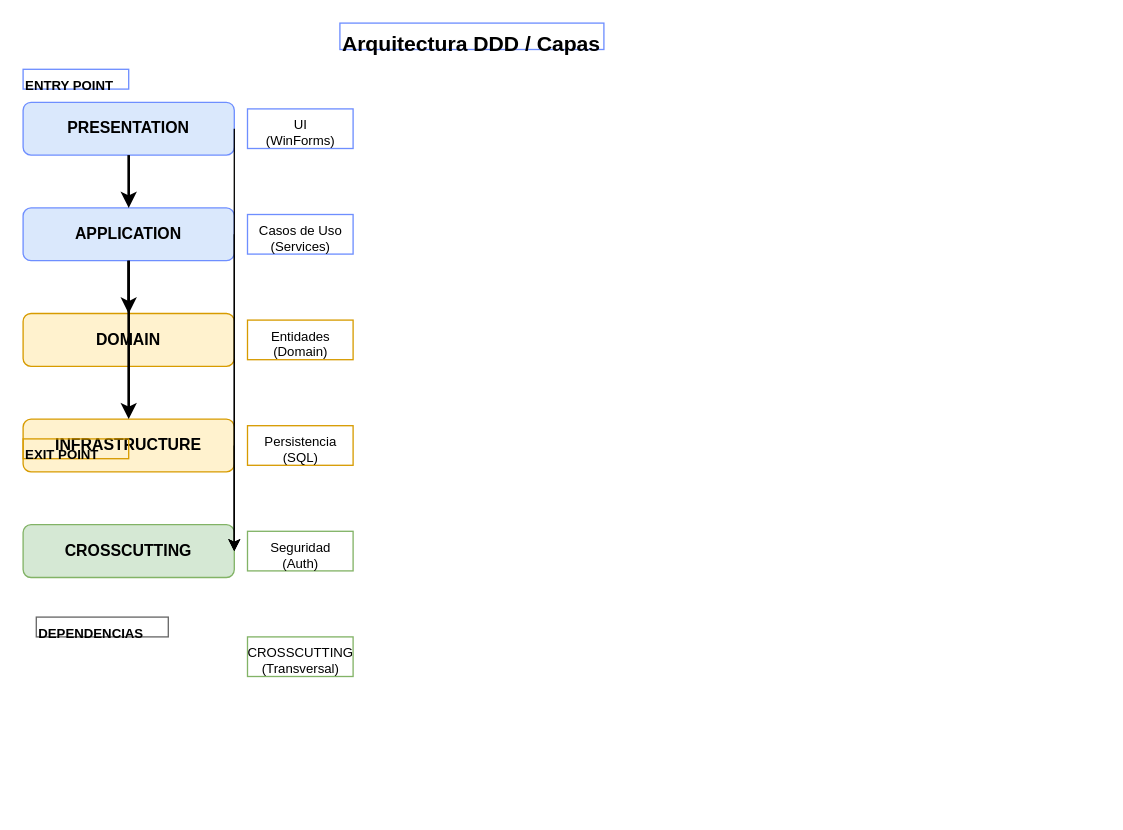
Above: diagrama-arquitectura.drawio in alejoDiDiego/trabajo-diploma-servicio-tecnico (draw.io), before the change. Source tidied: cells renumbered, new cells numbered last; positions are measured from the earlier drawing's top-left corner, leaving out a move shared by most shapes. Both pictures are drawn from the tidied source at 132%, with x=0, y=0 at pixel (22, 22).
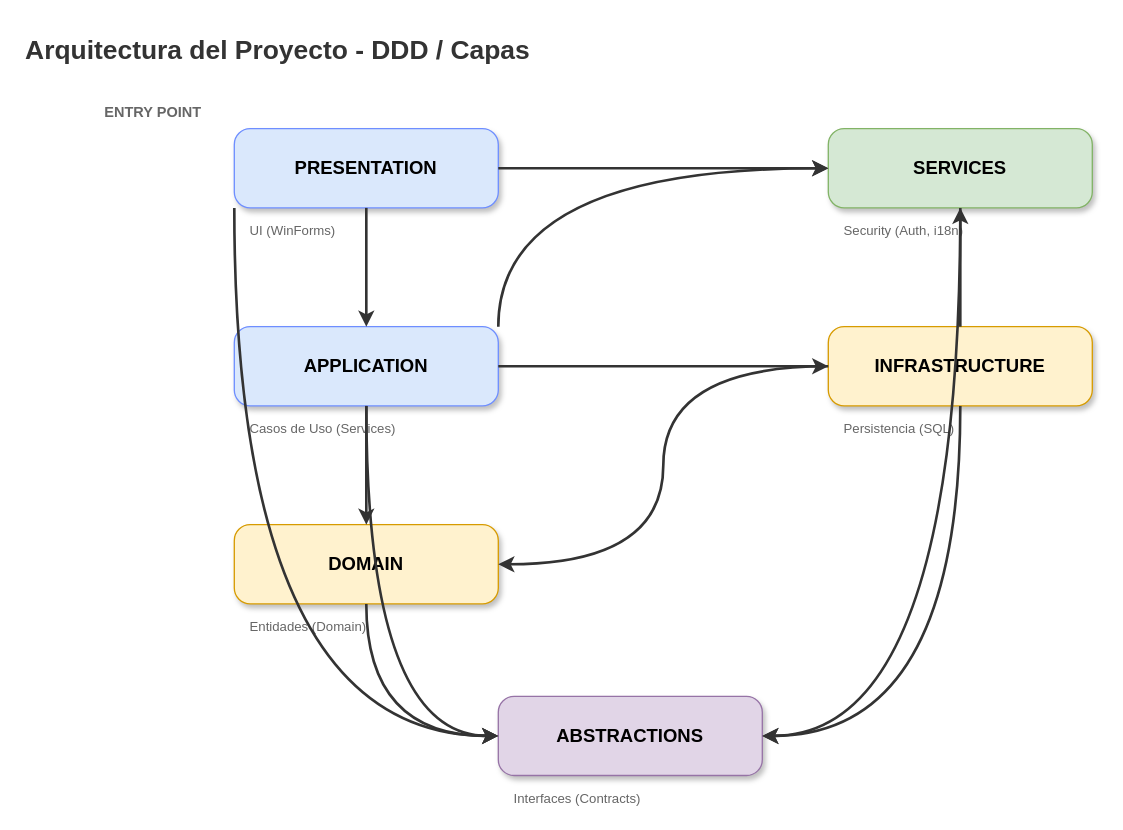
Above is the later version.

What changed in the source:
```diff
@@
-    <mxCell id="2" value="Arquitectura DDD / Capas" style="text;html=1;strokeColor=#6e8eff;fontSize=16;fontStyle=1;" parent="1" vertex="1">
-      <mxGeometry x="240" width="200" height="20" as="geometry" />
-    </mxCell>
+    <mxCell id="23" value="Arquitectura del Proyecto - DDD / Capas" style="text;html=1;strokeColor=none;fillColor=none;align=left;verticalAlign=middle;whiteSpace=wrap;rounded=0;fontSize=20;fontStyle=1;fontColor=#333333;" parent="1" vertex="1">
+      <mxGeometry width="500" height="40" as="geometry" />
+    </mxCell>
+    <mxCell id="21" value="ENTRY POINT" style="text;html=1;strokeColor=none;fillColor=none;fontSize=11;fontStyle=1;fontColor=#666666;" parent="1" vertex="1">
+      <mxGeometry x="60" y="55" width="100" height="20" as="geometry" />
+    </mxCell>
-    <mxCell id="3" value="PRESENTATION" style="rounded=1;whiteSpace=wrap;html=1;fillColor=#dae8fc;strokeColor=#6e8eff;fontSize=12;fontStyle=1;" parent="1" vertex="1">
-      <mxGeometry y="60" width="160" height="40" as="geometry" />
+    <mxCell id="3" value="PRESENTATION" style="rounded=1;whiteSpace=wrap;html=1;fillColor=#dae8fc;strokeColor=#6e8eff;fontSize=14;fontStyle=1;shadow=1;arcSize=20;" parent="1" vertex="1">
+      <mxGeometry x="160" y="80" width="200" height="60" as="geometry" />
     </mxCell>
+    <mxCell id="8" value="UI (WinForms)" style="text;html=1;strokeColor=none;fillColor=none;fontSize=10;fontColor=#666666;align=left;" parent="1" vertex="1">
+      <mxGeometry x="170" y="145" width="100" height="20" as="geometry" />
+    </mxCell>
+    <mxCell id="24" value="SERVICES" style="rounded=1;whiteSpace=wrap;html=1;fillColor=#d5e8d4;strokeColor=#82b366;fontSize=14;fontStyle=1;shadow=1;arcSize=20;" parent="1" vertex="1">
+      <mxGeometry x="610" y="80" width="200" height="60" as="geometry" />
+    </mxCell>
+    <mxCell id="25" value="Security (Auth, i18n)" style="text;html=1;strokeColor=none;fillColor=none;fontSize=10;fontColor=#666666;align=left;" parent="1" vertex="1">
+      <mxGeometry x="620" y="145" width="120" height="20" as="geometry" />
+    </mxCell>
-    <mxCell id="4" value="APPLICATION" style="rounded=1;whiteSpace=wrap;html=1;fillColor=#dae8fc;strokeColor=#6e8eff;fontSize=12;fontStyle=1;" parent="1" vertex="1">
-      <mxGeometry y="140" width="160" height="40" as="geometry" />
+    <mxCell id="4" value="APPLICATION" style="rounded=1;whiteSpace=wrap;html=1;fillColor=#dae8fc;strokeColor=#6e8eff;fontSize=14;fontStyle=1;shadow=1;arcSize=20;" parent="1" vertex="1">
+      <mxGeometry x="160" y="230" width="200" height="60" as="geometry" />
     </mxCell>
+    <mxCell id="9" value="Casos de Uso (Services)" style="text;html=1;strokeColor=none;fillColor=none;fontSize=10;fontColor=#666666;align=left;" parent="1" vertex="1">
+      <mxGeometry x="170" y="295" width="150" height="20" as="geometry" />
+    </mxCell>
+    <mxCell id="6" value="INFRASTRUCTURE" style="rounded=1;whiteSpace=wrap;html=1;fillColor=#fff2ce;strokeColor=#d79b00;fontSize=14;fontStyle=1;shadow=1;arcSize=20;" parent="1" vertex="1">
+      <mxGeometry x="610" y="230" width="200" height="60" as="geometry" />
+    </mxCell>
+    <mxCell id="11" value="Persistencia (SQL)" style="text;html=1;strokeColor=none;fillColor=none;fontSize=10;fontColor=#666666;align=left;" parent="1" vertex="1">
+      <mxGeometry x="620" y="295" width="120" height="20" as="geometry" />
+    </mxCell>
-    <mxCell id="5" value="DOMAIN" style="rounded=1;whiteSpace=wrap;html=1;fillColor=#fff2ce;strokeColor=#d79b00;fontSize=12;fontStyle=1;" parent="1" vertex="1">
-      <mxGeometry y="220" width="160" height="40" as="geometry" />
+    <mxCell id="5" value="DOMAIN" style="rounded=1;whiteSpace=wrap;html=1;fillColor=#fff2ce;strokeColor=#d79b00;fontSize=14;fontStyle=1;shadow=1;arcSize=20;" parent="1" vertex="1">
+      <mxGeometry x="160" y="380" width="200" height="60" as="geometry" />
     </mxCell>
-    <mxCell id="6" value="INFRASTRUCTURE" style="rounded=1;whiteSpace=wrap;html=1;fillColor=#fff2ce;strokeColor=#d79b00;fontSize=12;fontStyle=1;" parent="1" vertex="1">
-      <mxGeometry y="300" width="160" height="40" as="geometry" />
-    </mxCell>
-    <mxCell id="7" value="CROSSCUTTING" style="rounded=1;whiteSpace=wrap;html=1;fillColor=#d5e8d4;strokeColor=#82b366;fontSize=12;fontStyle=1;" parent="1" vertex="1">
-      <mxGeometry y="380" width="160" height="40" as="geometry" />
-    </mxCell>
-    <mxCell id="8" value="UI&#10;(WinForms)" style="text;html=1;strokeColor=#6e8eff;fontSize=10;align=center;" parent="1" vertex="1">
-      <mxGeometry x="170" y="65" width="80" height="30" as="geometry" />
-    </mxCell>
-    <mxCell id="9" value="Casos de Uso&#10;(Services)" style="text;html=1;strokeColor=#6e8eff;fontSize=10;align=center;" parent="1" vertex="1">
-      <mxGeometry x="170" y="145" width="80" height="30" as="geometry" />
-    </mxCell>
-    <mxCell id="10" value="Entidades&#10;(Domain)" style="text;html=1;strokeColor=#d79b00;fontSize=10;align=center;" parent="1" vertex="1">
-      <mxGeometry x="170" y="225" width="80" height="30" as="geometry" />
+    <mxCell id="10" value="Entidades (Domain)" style="text;html=1;strokeColor=none;fillColor=none;fontSize=10;fontColor=#666666;align=left;" parent="1" vertex="1">
+      <mxGeometry x="170" y="445" width="120" height="20" as="geometry" />
     </mxCell>
-    <mxCell id="11" value="Persistencia&#10;(SQL)" style="text;html=1;strokeColor=#d79b00;fontSize=10;align=center;" parent="1" vertex="1">
-      <mxGeometry x="170" y="305" width="80" height="30" as="geometry" />
-    </mxCell>
-    <mxCell id="12" value="Seguridad&#10;(Auth)" style="text;html=1;strokeColor=#82b366;fontSize=10;align=center;" parent="1" vertex="1">
-      <mxGeometry x="170" y="385" width="80" height="30" as="geometry" />
-    </mxCell>
+    <mxCell id="26" value="ABSTRACTIONS" style="rounded=1;whiteSpace=wrap;html=1;fillColor=#e1d5e7;strokeColor=#9673a6;fontSize=14;fontStyle=1;shadow=1;arcSize=20;" parent="1" vertex="1">
+      <mxGeometry x="360" y="510" width="200" height="60" as="geometry" />
+    </mxCell>
+    <mxCell id="27" value="Interfaces (Contracts)" style="text;html=1;strokeColor=none;fillColor=none;fontSize=10;fontColor=#666666;align=left;" parent="1" vertex="1">
+      <mxGeometry x="370" y="575" width="120" height="20" as="geometry" />
+    </mxCell>
-    <mxCell id="13" style="endArrow=classic;html=1;exitX=0.5;exitY=1;exitDx=0;exitDy=0;entryX=0.5;entryY=0;entryDx=0;entryDy=0;strokeWidth=2;" parent="1" edge="1" source="3" target="4">
+    <mxCell id="13" style="edgeStyle=orthogonalEdgeStyle;rounded=1;jettySize=auto;html=1;exitX=0.5;exitY=1;exitDx=0;exitDy=0;entryX=0.5;entryY=0;entryDx=0;entryDy=0;strokeWidth=2;strokeColor=#333333;curved=1;" parent="1" edge="1" source="3" target="4">
       <mxGeometry relative="1" as="geometry" />
     </mxCell>
+    <mxCell id="28" style="edgeStyle=orthogonalEdgeStyle;rounded=1;jettySize=auto;html=1;exitX=1;exitY=0.5;exitDx=0;exitDy=0;entryX=0;entryY=0.5;entryDx=0;entryDy=0;strokeWidth=2;strokeColor=#333333;curved=1;" parent="1" edge="1" source="3" target="24">
+      <mxGeometry relative="1" as="geometry" />
+    </mxCell>
+    <mxCell id="15" style="edgeStyle=orthogonalEdgeStyle;rounded=1;jettySize=auto;html=1;exitX=1;exitY=0.5;exitDx=0;exitDy=0;entryX=0;entryY=0.5;entryDx=0;entryDy=0;strokeWidth=2;strokeColor=#333333;curved=1;" parent="1" edge="1" source="4" target="6">
+      <mxGeometry relative="1" as="geometry" />
+    </mxCell>
-    <mxCell id="14" style="endArrow=classic;html=1;exitX=0.5;exitY=1;exitDx=0;exitDy=0;entryX=0.5;entryY=0;entryDx=0;entryDy=0;strokeWidth=2;" parent="1" edge="1" source="4" target="5">
+    <mxCell id="14" style="edgeStyle=orthogonalEdgeStyle;rounded=1;jettySize=auto;html=1;exitX=0.5;exitY=1;exitDx=0;exitDy=0;entryX=0.5;entryY=0;entryDx=0;entryDy=0;strokeWidth=2;strokeColor=#333333;curved=1;" parent="1" edge="1" source="4" target="5">
       <mxGeometry relative="1" as="geometry" />
     </mxCell>
-    <mxCell id="15" style="endArrow=classic;html=1;exitX=0.5;exitY=1;exitDx=0;exitDy=0;entryX=0.5;entryY=0;entryDx=0;entryDy=0;strokeWidth=2;" parent="1" edge="1" source="4" target="6">
-      <mxGeometry relative="1" as="geometry" />
-    </mxCell>
-    <mxCell id="16" value="DEPENDENCIAS" style="text;html=1;strokeColor=#666;fontSize=10;fontStyle=1;" parent="1" vertex="1">
-      <mxGeometry x="10" y="450" width="100" height="15" as="geometry" />
-    </mxCell>
-    <mxCell id="17" style="endArrow=classic;html=1;exitX=1;exitY=0.5;exitDx=0;exitDy=0;entryX=1;entryY=0.5;entryDx=0;entryDy=0;" parent="1" edge="1" source="3" target="7">
-      <mxGeometry relative="1" as="geometry" />
-    </mxCell>
-    <mxCell id="18" style="endArrow=classic;html=1;exitX=1;exitY=0.5;exitDx=0;exitDy=0;entryX=1;entryY=0.5;entryDx=0;entryDy=0;" parent="1" edge="1" source="4" target="7">
-      <mxGeometry relative="1" as="geometry" />
-    </mxCell>
-    <mxCell id="19" style="endArrow=classic;html=1;exitX=1;exitY=0.5;exitDx=0;exitDy=0;entryX=1;entryY=0.5;entryDx=0;entryDy=0;" parent="1" edge="1" source="6" target="7">
-      <mxGeometry relative="1" as="geometry" />
-    </mxCell>
-    <mxCell id="20" value="CROSSCUTTING&#10;(Transversal)" style="text;html=1;strokeColor=#82b366;fontSize=10;align=center;" parent="1" vertex="1">
-      <mxGeometry x="170" y="465" width="80" height="30" as="geometry" />
-    </mxCell>
-    <mxCell id="21" value="ENTRY POINT" style="text;html=1;strokeColor=#6e8eff;fontSize=10;fontStyle=1;" parent="1" vertex="1">
-      <mxGeometry y="35" width="80" height="15" as="geometry" />
-    </mxCell>
-    <mxCell id="22" value="EXIT POINT" style="text;html=1;strokeColor=#d79b00;fontSize=10;fontStyle=1;" parent="1" vertex="1">
-      <mxGeometry y="315" width="80" height="15" as="geometry" />
-    </mxCell>
+    <mxCell id="29" style="edgeStyle=orthogonalEdgeStyle;rounded=1;jettySize=auto;html=1;exitX=1;exitY=0;exitDx=0;exitDy=0;entryX=0;entryY=0.5;entryDx=0;entryDy=0;strokeWidth=2;strokeColor=#333333;curved=1;" parent="1" edge="1" source="4" target="24">
+      <mxGeometry relative="1" as="geometry" />
+    </mxCell>
+    <mxCell id="30" style="edgeStyle=orthogonalEdgeStyle;rounded=1;jettySize=auto;html=1;exitX=0;exitY=0.5;exitDx=0;exitDy=0;entryX=1;entryY=0.5;entryDx=0;entryDy=0;strokeWidth=2;strokeColor=#333333;curved=1;" parent="1" edge="1" source="6" target="5">
+      <mxGeometry relative="1" as="geometry" />
+    </mxCell>
+    <mxCell id="31" style="edgeStyle=orthogonalEdgeStyle;rounded=1;jettySize=auto;html=1;exitX=0.5;exitY=0;exitDx=0;exitDy=0;entryX=0.5;entryY=1;entryDx=0;entryDy=0;strokeWidth=2;strokeColor=#333333;curved=1;" parent="1" edge="1" source="6" target="24">
+      <mxGeometry relative="1" as="geometry" />
+    </mxCell>
+    <mxCell id="32" style="edgeStyle=orthogonalEdgeStyle;rounded=1;jettySize=auto;html=1;exitX=0.5;exitY=1;exitDx=0;exitDy=0;entryX=0;entryY=0.5;entryDx=0;entryDy=0;strokeWidth=2;strokeColor=#333333;curved=1;" parent="1" edge="1" source="5" target="26">
+      <mxGeometry relative="1" as="geometry" />
+    </mxCell>
+    <mxCell id="33" style="edgeStyle=orthogonalEdgeStyle;rounded=1;jettySize=auto;html=1;exitX=0.5;exitY=1;exitDx=0;exitDy=0;entryX=1;entryY=0.5;entryDx=0;entryDy=0;strokeWidth=2;strokeColor=#333333;curved=1;" parent="1" edge="1" source="24" target="26">
+      <mxGeometry relative="1" as="geometry" />
+    </mxCell>
+    <mxCell id="34" style="edgeStyle=orthogonalEdgeStyle;rounded=1;jettySize=auto;html=1;exitX=0.5;exitY=1;exitDx=0;exitDy=0;entryX=1;entryY=0.5;entryDx=0;entryDy=0;strokeWidth=2;strokeColor=#333333;curved=1;" parent="1" edge="1" source="6" target="26">
+      <mxGeometry relative="1" as="geometry" />
+    </mxCell>
+    <mxCell id="35" style="edgeStyle=orthogonalEdgeStyle;rounded=1;jettySize=auto;html=1;exitX=0.5;exitY=1;exitDx=0;exitDy=0;entryX=0;entryY=0.5;entryDx=0;entryDy=0;strokeWidth=2;strokeColor=#333333;curved=1;" parent="1" edge="1" source="4" target="26">
+      <mxGeometry relative="1" as="geometry" />
+    </mxCell>
+    <mxCell id="36" style="edgeStyle=orthogonalEdgeStyle;rounded=1;jettySize=auto;html=1;exitX=0;exitY=1;exitDx=0;exitDy=0;entryX=0;entryY=0.5;entryDx=0;entryDy=0;strokeWidth=2;strokeColor=#333333;curved=1;" parent="1" edge="1" source="3" target="26">
+      <mxGeometry relative="1" as="geometry" />
+    </mxCell>
```
